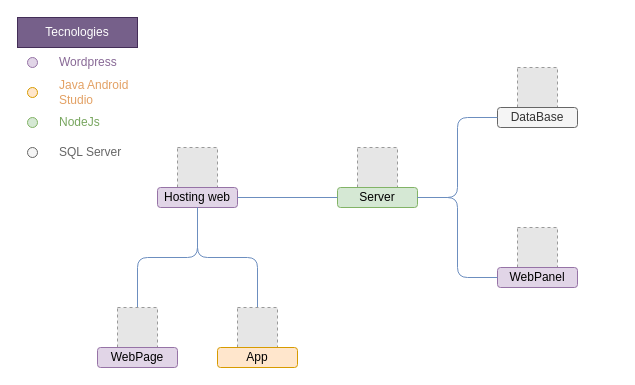
Earlier version of the draw.io diagram page "mainArch" (1 of 3) of softwareArchitecture.drawio (wilfrad/project-fizz-fleet). Source tidied: cells renumbered, new cells numbered last; positions are measured from the earlier drawing's top-left corner, leaving out a move shared by most shapes. Both pictures are drawn from the tidied source at 100%, with x=0, y=0 at pixel (17, 17). Pictures stored in the file or linked from it are replaced by grey dashed boxes.
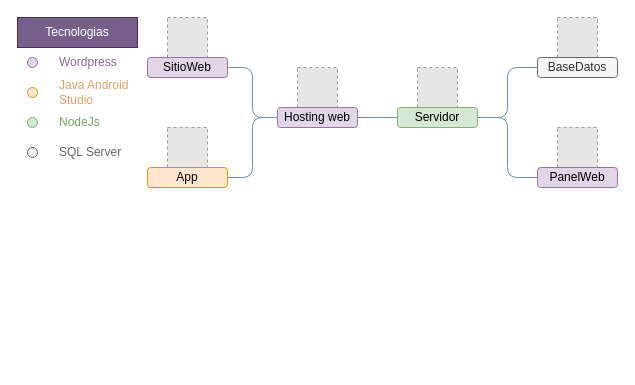
The same diagram, later.

The change refers to these unchanged cells:
```xml
<mxCell id="4" value="Hosting web" style="rounded=1;whiteSpace=wrap;html=1;fillColor=#e1d5e7;strokeColor=#9673a6;" parent="2" vertex="1">
  <mxGeometry y="40" width="80" height="20" as="geometry" />
</mxCell>
<mxCell id="8" style="fillColor=#E6E6E6;strokeColor=#999999;dashed=1;verticalLabelPosition=bottom;verticalAlign=top;" parent="7" vertex="1">
  <mxGeometry x="20" width="40" height="40" as="geometry" />
</mxCell>
<mxCell id="9" value="App" style="rounded=1;whiteSpace=wrap;html=1;fillColor=#ffe6cc;strokeColor=#d79b00;" parent="7" vertex="1">
  <mxGeometry y="40" width="80" height="20" as="geometry" />
</mxCell>
<mxCell id="11" style="fillColor=#E6E6E6;strokeColor=#999999;dashed=1;verticalLabelPosition=bottom;verticalAlign=top;" parent="10" vertex="1">
  <mxGeometry x="20" width="40" height="40" as="geometry" />
</mxCell>
<mxCell id="25" style="group;" parent="1" vertex="1">
  <mxGeometry width="120" height="150" as="geometry" />
</mxCell>
```

What changed in the source:
```diff
@@
     <mxCell id="2" style="group;" parent="1" vertex="1">
-      <mxGeometry x="140" y="130" width="80" height="60" as="geometry" />
+      <mxGeometry x="260" y="50" width="80" height="60" as="geometry" />
     </mxCell>
@@
-    <mxCell id="5" style="endArrow=none;html=1;rounded=1;fontColor=#7EA6E0;fillColor=#dae8fc;strokeColor=#6c8ebf;edgeStyle=orthogonalEdgeStyle;exitX=0.5;exitY=1;exitDx=0;exitDy=0;entryX=0.5;entryY=0;entryDx=0;entryDy=0;" parent="1" edge="1" source="4" target="11">
+    <mxCell id="5" style="endArrow=none;html=1;rounded=1;fontColor=#7EA6E0;fillColor=#dae8fc;strokeColor=#6c8ebf;edgeStyle=orthogonalEdgeStyle;exitX=0;exitY=0.5;exitDx=0;exitDy=0;entryX=1;entryY=0.5;entryDx=0;entryDy=0;" parent="1" edge="1" source="4" target="12">
       <mxGeometry relative="1" as="geometry" />
     </mxCell>
-    <mxCell id="6" style="endArrow=none;html=1;rounded=1;fontColor=#7EA6E0;fillColor=#dae8fc;strokeColor=#6c8ebf;edgeStyle=orthogonalEdgeStyle;exitX=0.5;exitY=0;exitDx=0;exitDy=0;entryX=0.5;entryY=1;entryDx=0;entryDy=0;" parent="1" edge="1" source="8" target="4">
+    <mxCell id="6" style="endArrow=none;html=1;rounded=1;fontColor=#7EA6E0;fillColor=#dae8fc;strokeColor=#6c8ebf;edgeStyle=orthogonalEdgeStyle;exitX=1;exitY=0.5;exitDx=0;exitDy=0;entryX=0;entryY=0.5;entryDx=0;entryDy=0;" parent="1" edge="1" source="9" target="4">
       <mxGeometry relative="1" as="geometry" />
     </mxCell>
     <mxCell id="7" style="group;" parent="1" vertex="1">
-      <mxGeometry x="200" y="290" width="80" height="60" as="geometry" />
+      <mxGeometry x="130" y="110" width="80" height="60" as="geometry" />
     </mxCell>
@@
     <mxCell id="10" style="group;" parent="1" vertex="1">
-      <mxGeometry x="80" y="290" width="80" height="60" as="geometry" />
+      <mxGeometry x="130" width="80" height="60" as="geometry" />
     </mxCell>
@@
-    <mxCell id="12" value="WebPage" style="rounded=1;whiteSpace=wrap;html=1;fillColor=#e1d5e7;strokeColor=#9673a6;" parent="10" vertex="1">
+    <mxCell id="12" value="SitioWeb" style="rounded=1;whiteSpace=wrap;html=1;fillColor=#e1d5e7;strokeColor=#9673a6;" parent="10" vertex="1">
       <mxGeometry y="40" width="80" height="20" as="geometry" />
     </mxCell>
     <mxCell id="13" style="group;" parent="1" vertex="1">
-      <mxGeometry x="480" y="210" width="80" height="60" as="geometry" />
+      <mxGeometry x="520" y="110" width="80" height="60" as="geometry" />
     </mxCell>
@@
-    <mxCell id="15" value="WebPanel" style="rounded=1;whiteSpace=wrap;html=1;fillColor=#e1d5e7;strokeColor=#9673a6;" parent="13" vertex="1">
+    <mxCell id="15" value="PanelWeb" style="rounded=1;whiteSpace=wrap;html=1;fillColor=#e1d5e7;strokeColor=#9673a6;" parent="13" vertex="1">
       <mxGeometry y="40" width="80" height="20" as="geometry" />
     </mxCell>
     <mxCell id="16" style="group;" parent="1" vertex="1">
-      <mxGeometry x="480" y="50" width="80" height="60" as="geometry" />
+      <mxGeometry x="520" width="80" height="60" as="geometry" />
     </mxCell>
@@
-    <mxCell id="18" value="DataBase" style="rounded=1;whiteSpace=wrap;html=1;fillColor=#f5f5f5;strokeColor=#666666;fontColor=#333333;" parent="16" vertex="1">
+    <mxCell id="18" value="BaseDatos" style="rounded=1;whiteSpace=wrap;html=1;fillColor=#f5f5f5;strokeColor=#666666;fontColor=#333333;" parent="16" vertex="1">
       <mxGeometry y="40" width="80" height="20" as="geometry" />
     </mxCell>
-    <mxCell id="19" style="group;" parent="1" vertex="1">
-      <mxGeometry x="320" y="130" width="80" height="60" as="geometry" />
-    </mxCell>
-    <mxCell id="20" style="fillColor=#E6E6E6;strokeColor=#999999;dashed=1;verticalLabelPosition=bottom;verticalAlign=top;fontColor=#97D077;" parent="19" vertex="1">
-      <mxGeometry x="20" width="40" height="40" as="geometry" />
-    </mxCell>
-    <mxCell id="21" value="Server" style="rounded=1;whiteSpace=wrap;html=1;fillColor=#d5e8d4;strokeColor=#82b366;" parent="19" vertex="1">
-      <mxGeometry y="40" width="80" height="20" as="geometry" />
-    </mxCell>
@@
-    <mxCell id="35" value="Tecnologies" style="text;html=1;align=center;verticalAlign=middle;whiteSpace=wrap;rounded=0;fillColor=#76608a;strokeColor=#432D57;fontColor=#ffffff;" parent="25" vertex="1">
+    <mxCell id="35" value="Tecnologias" style="text;html=1;align=center;verticalAlign=middle;whiteSpace=wrap;rounded=0;fillColor=#76608a;strokeColor=#432D57;fontColor=#ffffff;" parent="25" vertex="1">
       <mxGeometry width="120" height="30" as="geometry" />
     </mxCell>
+    <mxCell id="20" style="fillColor=#E6E6E6;strokeColor=#999999;dashed=1;verticalLabelPosition=bottom;verticalAlign=top;fontColor=#97D077;" parent="1" vertex="1">
+      <mxGeometry x="400" y="50" width="40" height="40" as="geometry" />
+    </mxCell>
+    <mxCell id="21" value="Servidor" style="rounded=1;whiteSpace=wrap;html=1;fillColor=#d5e8d4;strokeColor=#82b366;align=center;" parent="1" vertex="1">
+      <mxGeometry x="380" y="90" width="80" height="20" as="geometry" />
+    </mxCell>
```
